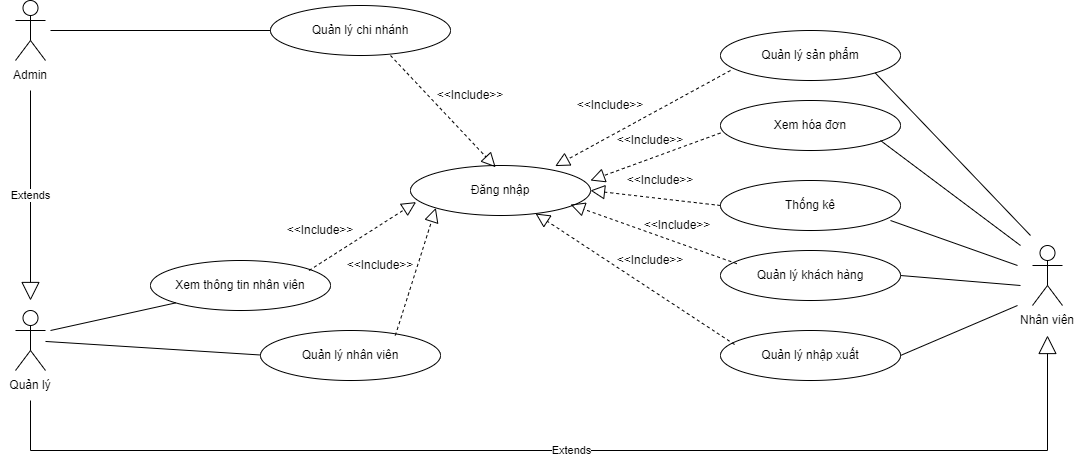
This is Sơ Đồ UseCase.png from ChauCongTu/thiet-ke-linh-tinh, a draw.io export, as it was before one commit. Source tidied: cells renumbered, new cells last; positions are measured from the earlier drawing's top-left corner, leaving out a move shared by most shapes.
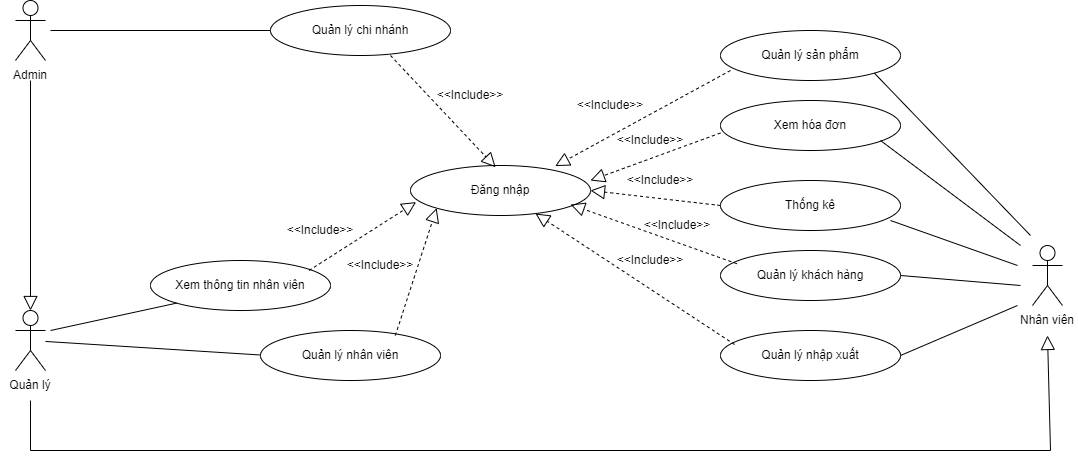
The same file after the commit.

Commit message:
Cập nhật Sơ Đồ UseCase.png

What changed in the source:
```diff
@@ -152,18 +152,18 @@
     <mxCell id="40" value="&amp;lt;&amp;lt;Include&amp;gt;&amp;gt;" style="text;html=1;strokeColor=none;fillColor=none;align=center;verticalAlign=middle;whiteSpace=wrap;rounded=0;" parent="1" vertex="1">
       <mxGeometry x="290" y="215" width="60" height="30" as="geometry" />
     </mxCell>
-    <mxCell id="41" value="Extends" style="endArrow=block;endSize=16;endFill=0;html=1;rounded=0;entryX=0.5;entryY=1;entryDx=0;entryDy=0;exitX=0.5;exitY=1;exitDx=0;exitDy=0;" parent="1" edge="1" source="7" target="5">
+    <mxCell id="41" style="edgeStyle=none;html=1;endSize=12;endArrow=block;endFill=0;rounded=0;exitX=0.5;exitY=1;exitDx=0;exitDy=0;entryX=0.5;entryY=1;entryDx=0;entryDy=0;" parent="1" edge="1" source="7" target="5">
       <mxGeometry relative="1" as="geometry">
         <Array as="points">
           <mxPoint x="30" y="450" />
-          <mxPoint x="1047" y="450" />
+          <mxPoint x="1050" y="450" />
         </Array>
       </mxGeometry>
     </mxCell>
-    <mxCell id="42" value="Extends" style="endArrow=block;endSize=16;endFill=0;html=1;rounded=0;exitX=0.5;exitY=1;exitDx=0;exitDy=0;" parent="1" edge="1" source="3">
-      <mxGeometry relative="1" as="geometry">
-        <mxPoint x="30" y="300" as="targetPoint" />
-      </mxGeometry>
-    </mxCell>
+    <mxCell id="43" style="edgeStyle=none;html=1;endSize=12;endArrow=block;endFill=0;rounded=0;entryX=0.5;entryY=0;entryDx=0;entryDy=0;entryPerimeter=0;" parent="1" edge="1" target="6">
+      <mxGeometry relative="1" as="geometry">
+        <mxPoint x="30" y="80" as="sourcePoint" />
+      </mxGeometry>
+    </mxCell>
   </root>
 </mxGraphModel>
```
